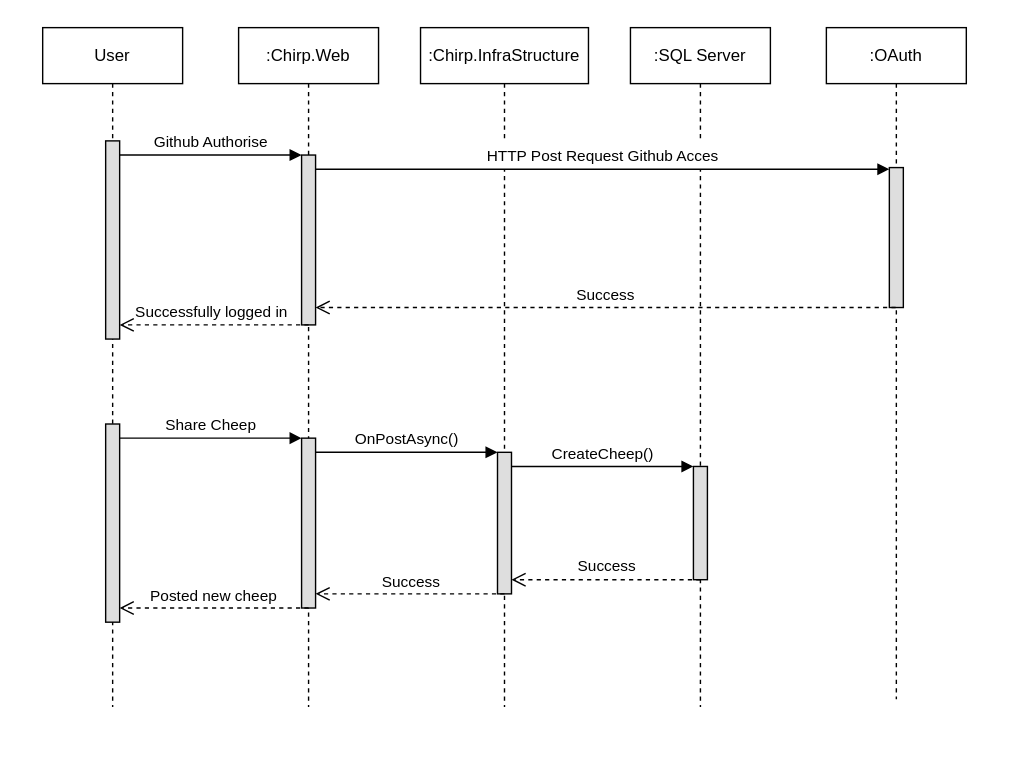
This is docs/Diagrams/SequenceDiagram2.drawio.svg from ITU-BDSA2024-GROUP22/Chirp, a draw.io export, as it was before one commit. Source tidied: cells renumbered, new cells last; positions are measured from the earlier drawing's top-left corner, leaving out a move shared by most shapes.
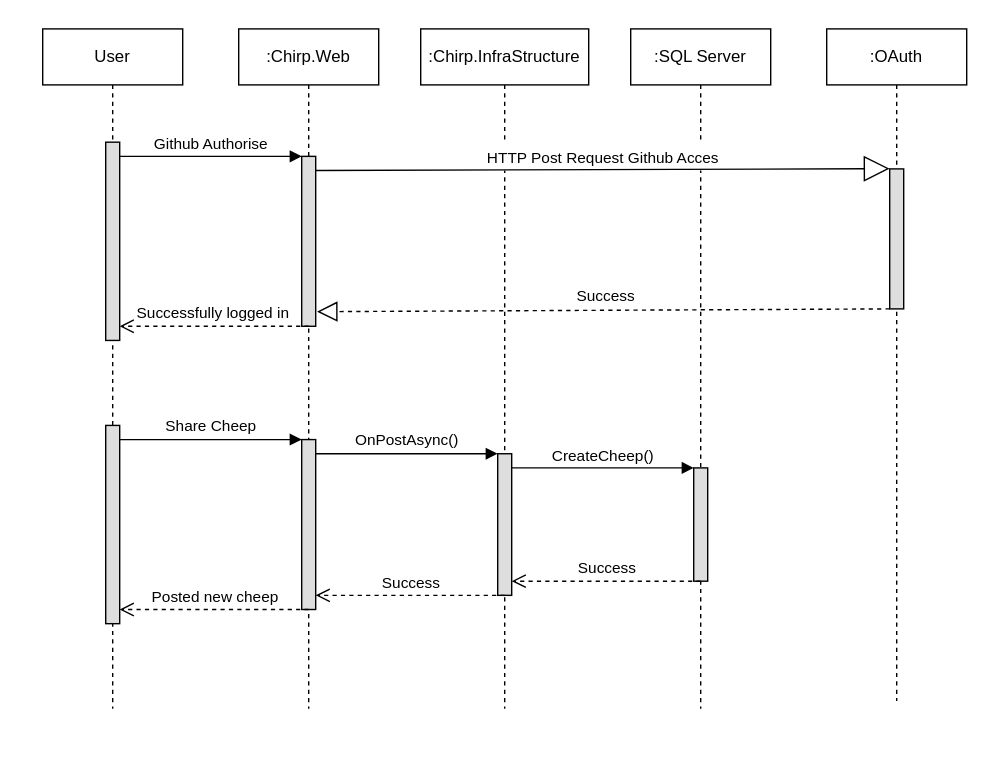
After the commit.

Commit message:
added legend for sequence diagram

What changed in the source:
```diff
@@ -11,7 +11,7 @@
     <mxCell id="4" style="html=1;perimeter=orthogonalPerimeter;targetShapes=umlLifeline;newEdgeStyle={&quot;edgeStyle&quot;:&quot;elbowEdgeStyle&quot;,&quot;elbow&quot;:&quot;vertical&quot;,&quot;curved&quot;:0,&quot;rounded&quot;:0};fillColor=#dedede;" parent="3" vertex="1">
       <mxGeometry x="45" y="100" width="10" height="100" as="geometry" />
     </mxCell>
-    <mxCell id="5" value="Success" style="html=1;verticalAlign=bottom;endArrow=open;dashed=1;endSize=8;edgeStyle=elbowEdgeStyle;elbow=vertical;curved=0;rounded=0;" parent="1" edge="1" source="3" target="7">
+    <mxCell id="5" value="Success" style="html=1;verticalAlign=bottom;endArrow=open;dashed=1;endSize=8;edgeStyle=elbowEdgeStyle;elbow=vertical;curved=0;rounded=0;strokeColor=none;" parent="1" edge="1" source="3" target="7">
       <mxGeometry relative="1" as="geometry">
         <Array as="points">
           <mxPoint x="320" y="220" />
@@ -58,7 +58,7 @@
     <mxCell id="15" style="html=1;perimeter=orthogonalPerimeter;targetShapes=umlLifeline;newEdgeStyle={&quot;edgeStyle&quot;:&quot;elbowEdgeStyle&quot;,&quot;elbow&quot;:&quot;vertical&quot;,&quot;curved&quot;:0,&quot;rounded&quot;:0};fillColor=#dedede;" parent="1" vertex="1">
       <mxGeometry x="75" y="303.2" width="10" height="141.6" as="geometry" />
     </mxCell>
-    <mxCell id="16" value="HTTP Post Request Github Acces" style="html=1;verticalAlign=bottom;endArrow=block;curved=0;rounded=0;" parent="1" edge="1">
+    <mxCell id="16" value="HTTP Post Request Github Acces" style="html=1;verticalAlign=bottom;endArrow=block;curved=0;rounded=0;strokeColor=none;" parent="1" edge="1">
       <mxGeometry relative="1" as="geometry">
         <mxPoint x="225" y="121.2" as="sourcePoint" />
         <mxPoint x="635" y="121.2" as="targetPoint" />
@@ -121,5 +121,17 @@
         </Array>
       </mxGeometry>
     </mxCell>
+    <mxCell id="26" style="endArrow=block;endSize=16;endFill=0;html=1;rounded=0;" parent="1" edge="1">
+      <mxGeometry relative="1" as="geometry">
+        <mxPoint x="225" y="121.2" as="sourcePoint" />
+        <mxPoint x="635" y="119.8" as="targetPoint" />
+      </mxGeometry>
+    </mxCell>
+    <mxCell id="27" style="endArrow=block;dashed=1;endFill=0;endSize=12;html=1;rounded=0;" parent="1" edge="1">
+      <mxGeometry relative="1" as="geometry">
+        <mxPoint x="635" y="220" as="sourcePoint" />
+        <mxPoint x="226" y="222" as="targetPoint" />
+      </mxGeometry>
+    </mxCell>
   </root>
 </mxGraphModel>
```
